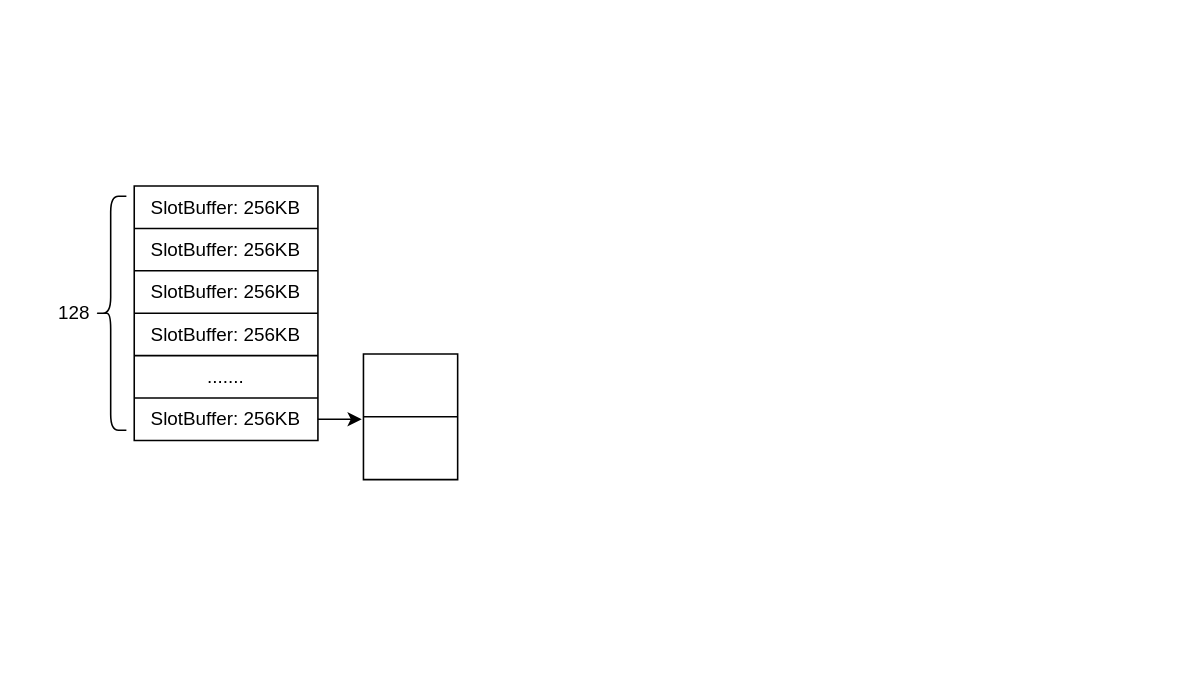
Above: Wiredtiger_并发提交.drawio in TimerIzaya/TimerBlogPic (draw.io), before the change. Source tidied: cells renumbered, new cells numbered last; positions are measured from the earlier drawing's top-left corner, leaving out a move shared by most shapes. Both pictures are drawn from the tidied source at 157%, with x=0, y=0 at pixel (27, 185).
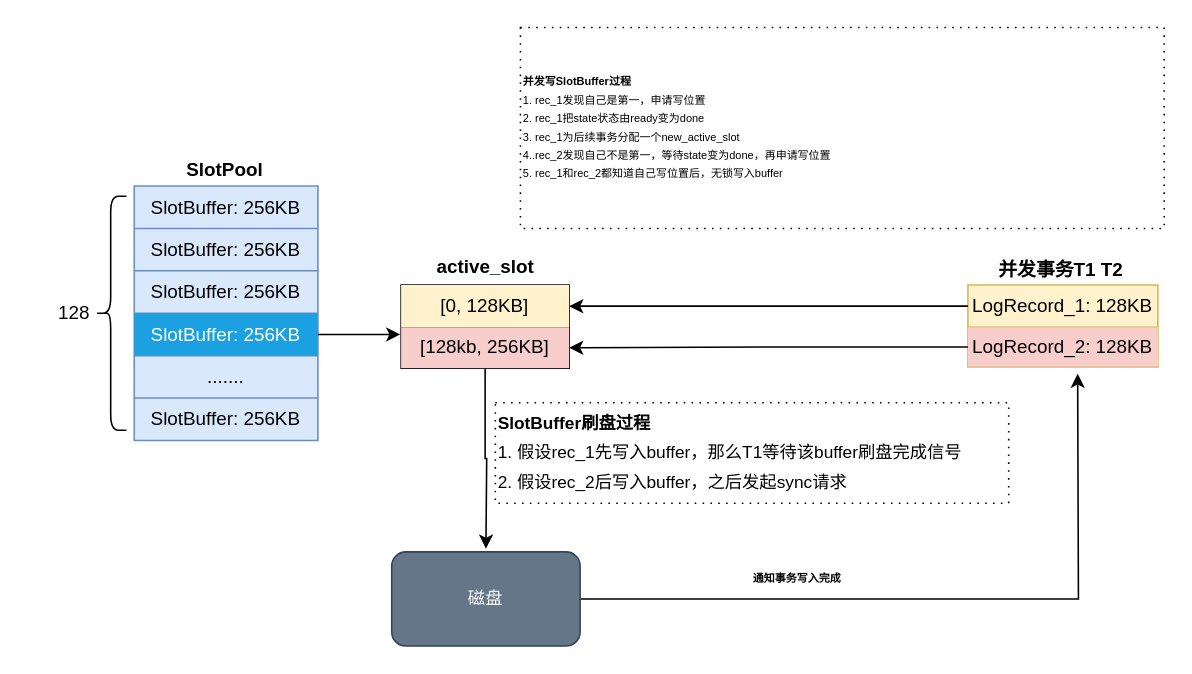
The same diagram, later.

Commit message (it also covers changes not shown here):
更新Wiredtiger_并发提交.drawio

The change refers to these unchanged cells:
```xml
<mxCell id="9" style="shape=tableRow;horizontal=0;startSize=0;swimlaneHead=0;swimlaneBody=0;top=0;left=0;bottom=0;right=0;fillColor=none;points=[[0,0.5],[1,0.5]];portConstraint=eastwest;" parent="2" vertex="1">
  <mxGeometry y="81" width="117" height="27" as="geometry" />
</mxCell>
<mxCell id="13" style="shape=tableRow;horizontal=0;startSize=0;swimlaneHead=0;swimlaneBody=0;top=0;left=0;bottom=0;right=0;fillColor=none;points=[[0,0.5],[1,0.5]];portConstraint=eastwest;" parent="2" vertex="1">
  <mxGeometry y="135" width="117" height="27" as="geometry" />
</mxCell>
```

The edit, as a diff of the source:
```diff
@@
-    <mxCell id="2" style="shape=table;html=1;whiteSpace=wrap;startSize=0;childLayout=tableLayout;" parent="1" vertex="1">
+    <mxCell id="2" style="shape=table;html=1;whiteSpace=wrap;startSize=0;childLayout=tableLayout;fillColor=#dae8fc;strokeColor=#6c8ebf;" parent="1" vertex="1">
       <mxGeometry x="68" width="117" height="162.1" as="geometry" />
     </mxCell>
@@
-    <mxCell id="10" value="SlotBuffer: 256KB" style="shape=partialRectangle;html=1;whiteSpace=wrap;fillColor=none;top=0;left=0;bottom=0;right=0;overflow=hidden;" parent="9" vertex="1">
+    <mxCell id="10" value="SlotBuffer: 256KB" style="shape=partialRectangle;html=1;whiteSpace=wrap;fillColor=#1ba1e2;top=0;left=0;bottom=0;right=0;overflow=hidden;strokeColor=#006EAF;fontColor=#ffffff;" parent="9" vertex="1">
       <mxGeometry width="117" height="27" as="geometry" />
     </mxCell>
@@
-    <mxCell id="17" style="edgeStyle=orthogonalEdgeStyle;rounded=0;jettySize=auto;html=1;" parent="1" edge="1" source="13">
-      <mxGeometry relative="1" as="geometry">
-        <mxPoint x="212.9" y="148.5" as="targetPoint" />
-      </mxGeometry>
-    </mxCell>
+    <mxCell id="23" style="edgeStyle=orthogonalEdgeStyle;rounded=0;jettySize=auto;html=1;fontSize=11;" parent="1" edge="1" source="18">
+      <mxGeometry relative="1" as="geometry">
+        <mxPoint x="292" y="231" as="targetPoint" />
+      </mxGeometry>
+    </mxCell>
     <mxCell id="18" style="shape=table;html=1;whiteSpace=wrap;startSize=0;childLayout=tableLayout;" parent="1" vertex="1">
-      <mxGeometry x="214" y="107" width="60" height="80" as="geometry" />
+      <mxGeometry x="238" y="63" width="107" height="53" as="geometry" />
     </mxCell>
     <mxCell id="19" style="shape=tableRow;horizontal=0;startSize=0;swimlaneHead=0;swimlaneBody=0;top=0;left=0;bottom=0;right=0;fillColor=none;points=[[0,0.5],[1,0.5]];portConstraint=eastwest;" parent="18" vertex="1">
-      <mxGeometry width="60" height="40" as="geometry" />
+      <mxGeometry width="107" height="27" as="geometry" />
     </mxCell>
-    <mxCell id="20" style="shape=partialRectangle;html=1;whiteSpace=wrap;fillColor=none;top=0;left=0;bottom=0;right=0;overflow=hidden;" parent="19" vertex="1">
-      <mxGeometry width="60" height="40" as="geometry" />
+    <mxCell id="20" value="[0, 128KB]" style="shape=partialRectangle;html=1;whiteSpace=wrap;fillColor=#fff2cc;top=0;left=0;bottom=0;right=0;overflow=hidden;strokeColor=#d6b656;" parent="19" vertex="1">
+      <mxGeometry width="107" height="27" as="geometry" />
     </mxCell>
-    <mxCell id="21" style="shape=tableRow;horizontal=0;startSize=0;swimlaneHead=0;swimlaneBody=0;top=0;left=0;bottom=0;right=0;fillColor=none;" parent="18" vertex="1">
-      <mxGeometry y="40" width="60" height="40" as="geometry" />
-    </mxCell>
-    <mxCell id="22" style="shape=partialRectangle;html=1;whiteSpace=wrap;fillColor=none;top=0;left=0;bottom=0;right=0;overflow=hidden;" parent="21" vertex="1">
-      <mxGeometry width="60" height="40" as="geometry" />
-    </mxCell>
+    <mxCell id="24" style="shape=tableRow;horizontal=0;startSize=0;swimlaneHead=0;swimlaneBody=0;top=0;left=0;bottom=0;right=0;fillColor=none;points=[[0,0.5],[1,0.5]];portConstraint=eastwest;" parent="18" vertex="1">
+      <mxGeometry y="27" width="107" height="26" as="geometry" />
+    </mxCell>
+    <mxCell id="25" value="[128kb, 256KB]" style="shape=partialRectangle;html=1;whiteSpace=wrap;fillColor=#f8cecc;top=0;left=0;bottom=0;right=0;overflow=hidden;strokeColor=#b85450;" parent="24" vertex="1">
+      <mxGeometry width="107" height="26" as="geometry" />
+    </mxCell>
+    <mxCell id="26" style="edgeStyle=orthogonalEdgeStyle;rounded=0;jettySize=auto;html=1;" parent="1" edge="1" source="9">
+      <mxGeometry relative="1" as="geometry">
+        <mxPoint x="237.5" y="94.5" as="targetPoint" />
+      </mxGeometry>
+    </mxCell>
+    <mxCell id="27" style="shape=table;html=1;whiteSpace=wrap;startSize=0;childLayout=tableLayout;fillColor=#fff2cc;strokeColor=#d6b656;" parent="1" vertex="1">
+      <mxGeometry x="599" y="63" width="121" height="52.2" as="geometry" />
+    </mxCell>
+    <mxCell id="28" style="shape=tableRow;horizontal=0;startSize=0;swimlaneHead=0;swimlaneBody=0;top=0;left=0;bottom=0;right=0;fillColor=none;points=[[0,0.5],[1,0.5]];portConstraint=eastwest;" parent="27" vertex="1">
+      <mxGeometry width="121" height="27" as="geometry" />
+    </mxCell>
+    <mxCell id="29" value="LogRecord_1: 128KB" style="shape=partialRectangle;html=1;whiteSpace=wrap;fillColor=none;top=0;left=0;bottom=0;right=0;overflow=hidden;" parent="28" vertex="1">
+      <mxGeometry width="121" height="27" as="geometry" />
+    </mxCell>
+    <mxCell id="30" style="shape=tableRow;horizontal=0;startSize=0;swimlaneHead=0;swimlaneBody=0;top=0;left=0;bottom=0;right=0;fillColor=none;points=[[0,0.5],[1,0.5]];portConstraint=eastwest;" parent="27" vertex="1">
+      <mxGeometry y="27" width="121" height="25" as="geometry" />
+    </mxCell>
+    <mxCell id="31" value="LogRecord_2: 128KB" style="shape=partialRectangle;html=1;whiteSpace=wrap;fillColor=#f8cecc;top=0;left=0;bottom=0;right=0;overflow=hidden;strokeColor=#b85450;" parent="30" vertex="1">
+      <mxGeometry width="121" height="25" as="geometry" />
+    </mxCell>
+    <mxCell id="32" style="edgeStyle=orthogonalEdgeStyle;rounded=0;jettySize=auto;html=1;entryX=1;entryY=0.5;entryDx=0;entryDy=0;" parent="1" edge="1" source="28" target="19">
+      <mxGeometry relative="1" as="geometry" />
+    </mxCell>
+    <mxCell id="33" value="active_slot" style="text;html=1;strokeColor=none;fillColor=none;align=center;verticalAlign=middle;whiteSpace=wrap;rounded=0;fontStyle=1;" parent="1" vertex="1">
+      <mxGeometry x="262" y="37" width="60" height="30" as="geometry" />
+    </mxCell>
+    <mxCell id="34" value="&lt;font style=&quot;font-size: 7px; line-height: 1.7;&quot;&gt;&lt;b style=&quot;font-size: 7px;&quot;&gt;并发写SlotBuffer过程&lt;/b&gt;&lt;br style=&quot;font-size: 7px;&quot;&gt;1. rec_1发现自己是第一，申请写位置&lt;br style=&quot;font-size: 7px;&quot;&gt;2. rec_1把state状态由ready变为done&lt;br style=&quot;font-size: 7px;&quot;&gt;3. rec_1为后续事务分配一个new_active_slot&lt;br style=&quot;font-size: 7px;&quot;&gt;4..rec_2发现自己不是第一，等待state变为done，再申请写位置&lt;br style=&quot;font-size: 7px;&quot;&gt;5. rec_1和rec_2都知道自己写位置后，无锁写入buffer&lt;br style=&quot;font-size: 7px;&quot;&gt;&lt;/font&gt;" style="text;html=1;align=left;verticalAlign=middle;whiteSpace=wrap;rounded=0;fontSize=7;dashed=1;dashPattern=1 4;labelBackgroundColor=none;strokeColor=default;labelBorderColor=none;spacing=2;" parent="1" vertex="1">
+      <mxGeometry x="314" y="-101" width="410" height="128" as="geometry" />
+    </mxCell>
+    <mxCell id="35" style="edgeStyle=orthogonalEdgeStyle;rounded=0;jettySize=auto;html=1;entryX=1;entryY=0.5;entryDx=0;entryDy=0;fontSize=11;" parent="1" edge="1" source="30" target="24">
+      <mxGeometry relative="1" as="geometry" />
+    </mxCell>
+    <mxCell id="36" value="并发事务T1 T2" style="text;html=1;strokeColor=none;fillColor=none;align=center;verticalAlign=middle;whiteSpace=wrap;rounded=0;fontStyle=1;" parent="1" vertex="1">
+      <mxGeometry x="615" y="39" width="86.5" height="30" as="geometry" />
+    </mxCell>
+    <mxCell id="37" style="edgeStyle=orthogonalEdgeStyle;rounded=0;jettySize=auto;html=1;fontSize=7;" parent="1" edge="1" source="38">
+      <mxGeometry relative="1" as="geometry">
+        <mxPoint x="668.9" y="119.5" as="targetPoint" />
+      </mxGeometry>
+    </mxCell>
+    <mxCell id="38" value="磁盘" style="rounded=1;whiteSpace=wrap;html=1;labelBackgroundColor=none;labelBorderColor=none;fontSize=11;strokeColor=#314354;fillColor=#647687;fontColor=#ffffff;" parent="1" vertex="1">
+      <mxGeometry x="232" y="233" width="120" height="60" as="geometry" />
+    </mxCell>
+    <mxCell id="39" value="&lt;font style=&quot;font-size: 11px; line-height: 1.7;&quot;&gt;&lt;b&gt;SlotBuffer刷盘过程&lt;/b&gt;&lt;br&gt;1. 假设rec_1先写入buffer，那么T1等待该buffer刷盘完成信号&lt;br&gt;2. 假设rec_2后写入buffer，之后发起sync请求&lt;br&gt;&lt;/font&gt;" style="text;html=1;align=left;verticalAlign=middle;whiteSpace=wrap;rounded=0;fontSize=7;dashed=1;dashPattern=1 4;labelBackgroundColor=none;strokeColor=default;labelBorderColor=none;" parent="1" vertex="1">
+      <mxGeometry x="298" y="138" width="327" height="64" as="geometry" />
+    </mxCell>
+    <mxCell id="40" value="SlotPool" style="text;html=1;strokeColor=none;fillColor=none;align=center;verticalAlign=middle;whiteSpace=wrap;rounded=0;fontStyle=1;" parent="1" vertex="1">
+      <mxGeometry x="95.5" y="-25" width="60" height="30" as="geometry" />
+    </mxCell>
+    <mxCell id="41" value="&lt;b&gt;通知事务写入完成&lt;/b&gt;" style="text;html=1;strokeColor=none;fillColor=none;align=center;verticalAlign=middle;whiteSpace=wrap;rounded=0;labelBackgroundColor=none;labelBorderColor=none;fontSize=7;" parent="1" vertex="1">
+      <mxGeometry x="431" y="236" width="119" height="30" as="geometry" />
+    </mxCell>
```
